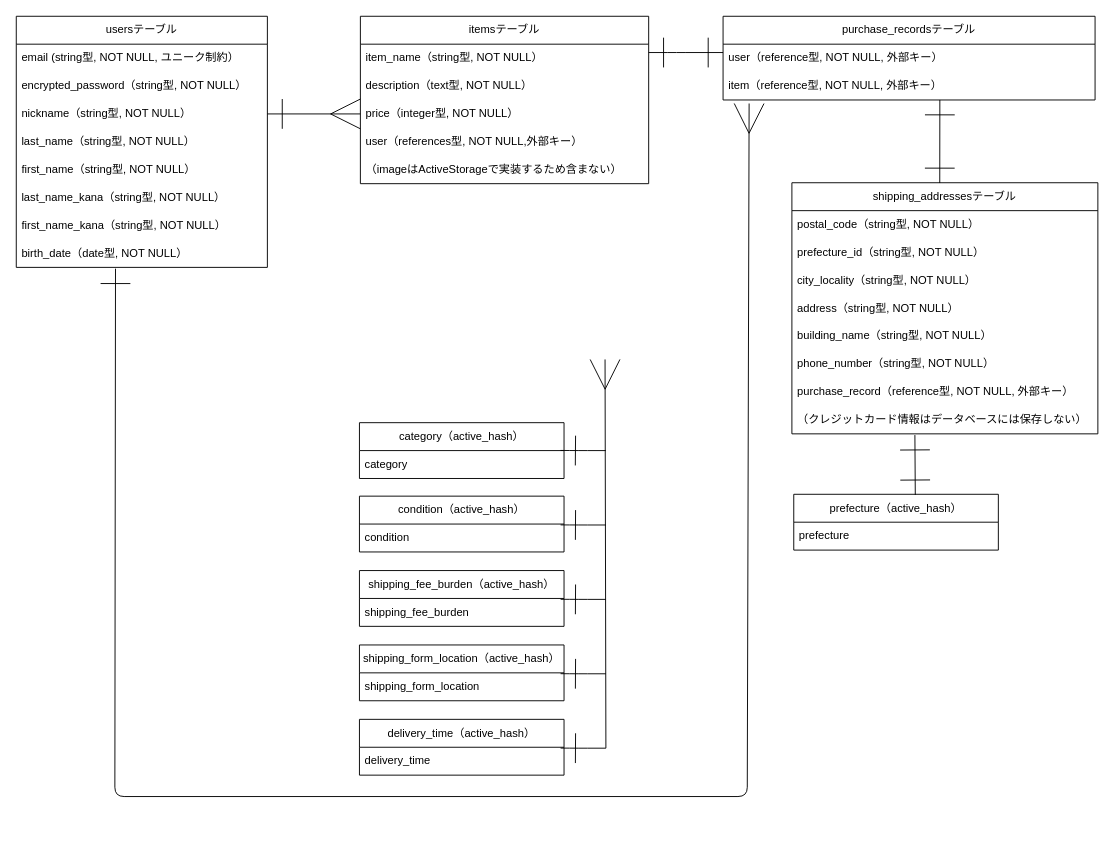
Before: ER.dio in kakinotane77/furima-41868, a draw.io diagram. Source tidied: cells renumbered, new cells numbered last; positions are measured from the earlier drawing's top-left corner, leaving out a move shared by most shapes. Both pictures are drawn from the tidied source at 93%, with x=0, y=0 at pixel (16, 16).
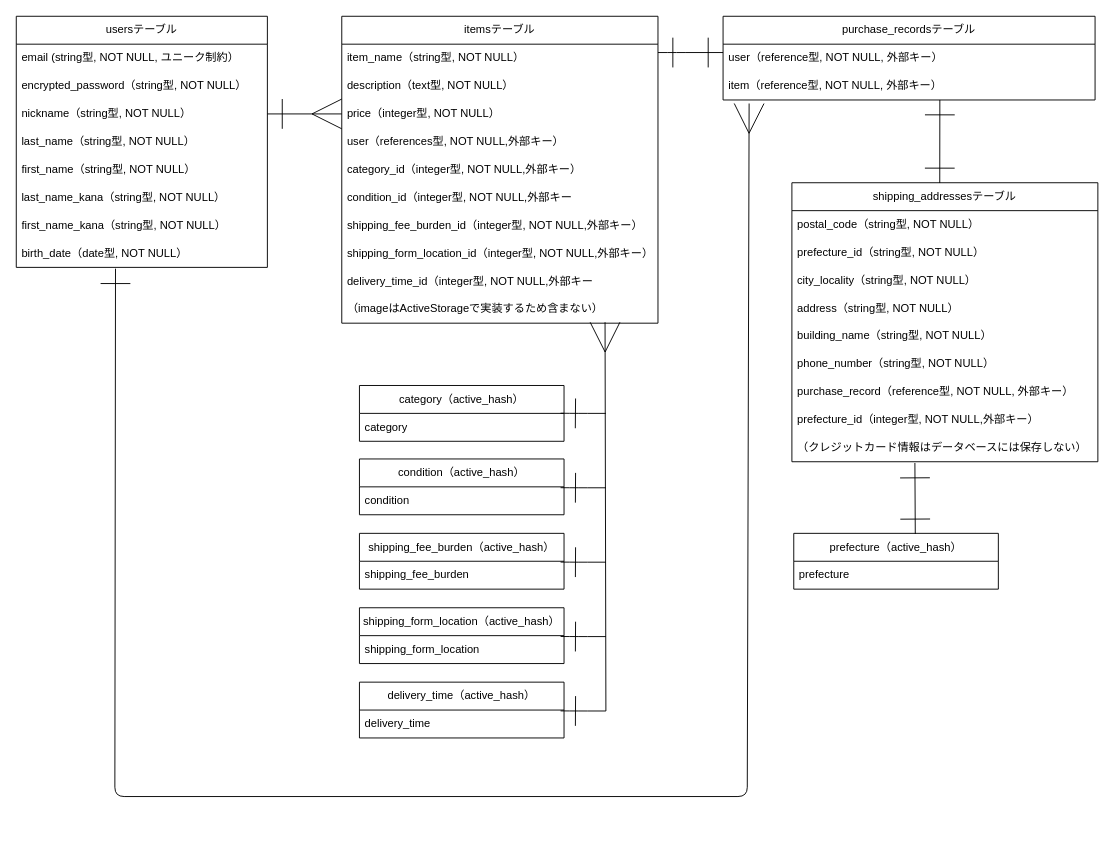
Above is the later version.

Commit message:
データベース設計（修正3、ER図)#3

Unchanged cells that the change refers to:
```xml
<mxCell id="5" value="nickname（string型, NOT NULL）" style="text;strokeColor=none;fillColor=none;align=left;verticalAlign=middle;spacingLeft=4;spacingRight=4;overflow=hidden;points=[[0,0.5],[1,0.5]];portConstraint=eastwest;whiteSpace=wrap;html=1;" parent="2" vertex="1">
  <mxGeometry y="90" width="270" height="30" as="geometry" />
</mxCell>
<mxCell id="23" value="category" style="text;strokeColor=none;fillColor=none;align=left;verticalAlign=middle;spacingLeft=4;spacingRight=4;overflow=hidden;points=[[0,0.5],[1,0.5]];portConstraint=eastwest;whiteSpace=wrap;html=1;" parent="22" vertex="1">
  <mxGeometry y="30" width="220" height="30" as="geometry" />
</mxCell>
```

Diff of the diagram source:
```diff
@@
     <mxCell id="11" value="itemsテーブル" style="swimlane;fontStyle=0;horizontal=1;startSize=30;whiteSpace=wrap;html=1;" parent="1" vertex="1">
-      <mxGeometry x="370" width="310" height="180" as="geometry" />
+      <mxGeometry x="350" width="340" height="330" as="geometry" />
     </mxCell>
     <mxCell id="12" value="item_name（string型, NOT NULL）" style="text;strokeColor=none;fillColor=none;align=left;verticalAlign=middle;spacingLeft=4;spacingRight=4;overflow=hidden;whiteSpace=wrap;html=1;" parent="11" vertex="1">
-      <mxGeometry y="30" width="310" height="30" as="geometry" />
+      <mxGeometry y="30" width="340" height="30" as="geometry" />
     </mxCell>
     <mxCell id="13" value="description（text型, NOT NULL）" style="text;strokeColor=none;fillColor=none;align=left;verticalAlign=middle;spacingLeft=4;spacingRight=4;overflow=hidden;whiteSpace=wrap;html=1;" parent="11" vertex="1">
-      <mxGeometry y="60" width="310" height="30" as="geometry" />
+      <mxGeometry y="60" width="340" height="30" as="geometry" />
     </mxCell>
     <mxCell id="14" value="price（integer型, NOT NULL）" style="text;strokeColor=none;fillColor=none;align=left;verticalAlign=middle;spacingLeft=4;spacingRight=4;overflow=hidden;whiteSpace=wrap;html=1;" parent="11" vertex="1">
-      <mxGeometry y="90" width="310" height="30" as="geometry" />
+      <mxGeometry y="90" width="340" height="30" as="geometry" />
     </mxCell>
     <mxCell id="15" value="user（references型, NOT NULL,外部キー）" style="text;strokeColor=none;fillColor=none;align=left;verticalAlign=middle;spacingLeft=4;spacingRight=4;overflow=hidden;whiteSpace=wrap;html=1;" parent="11" vertex="1">
-      <mxGeometry y="120" width="310" height="30" as="geometry" />
+      <mxGeometry y="120" width="340" height="30" as="geometry" />
     </mxCell>
+    <mxCell id="52" value="category_id（integer型, NOT NULL,外部キー）" style="text;strokeColor=none;fillColor=none;align=left;verticalAlign=middle;spacingLeft=4;spacingRight=4;overflow=hidden;whiteSpace=wrap;html=1;" parent="11" vertex="1">
+      <mxGeometry y="150" width="340" height="30" as="geometry" />
+    </mxCell>
+    <mxCell id="53" value="condition_id（integer型, NOT NULL,外部キー" style="text;strokeColor=none;fillColor=none;align=left;verticalAlign=middle;spacingLeft=4;spacingRight=4;overflow=hidden;whiteSpace=wrap;html=1;" parent="11" vertex="1">
+      <mxGeometry y="180" width="340" height="30" as="geometry" />
+    </mxCell>
+    <mxCell id="54" value="shipping_fee_burden_id（integer型, NOT NULL,外部キー）" style="text;strokeColor=none;fillColor=none;align=left;verticalAlign=middle;spacingLeft=4;spacingRight=4;overflow=hidden;whiteSpace=wrap;html=1;" parent="11" vertex="1">
+      <mxGeometry y="210" width="340" height="30" as="geometry" />
+    </mxCell>
+    <mxCell id="55" value="shipping_form_location_id（integer型, NOT NULL,外部キー）" style="text;strokeColor=none;fillColor=none;align=left;verticalAlign=middle;spacingLeft=4;spacingRight=4;overflow=hidden;whiteSpace=wrap;html=1;" parent="11" vertex="1">
+      <mxGeometry y="240" width="340" height="30" as="geometry" />
+    </mxCell>
+    <mxCell id="56" value="delivery_time_id（integer型, NOT NULL,外部キー" style="text;strokeColor=none;fillColor=none;align=left;verticalAlign=middle;spacingLeft=4;spacingRight=4;overflow=hidden;whiteSpace=wrap;html=1;" parent="11" vertex="1">
+      <mxGeometry y="270" width="340" height="30" as="geometry" />
+    </mxCell>
     <mxCell id="16" value="（imageはActiveStorageで実装するため含まない）" style="text;strokeColor=none;fillColor=none;align=left;verticalAlign=middle;spacingLeft=4;spacingRight=4;overflow=hidden;whiteSpace=wrap;html=1;" parent="11" vertex="1">
-      <mxGeometry y="150" width="310" height="30" as="geometry" />
+      <mxGeometry y="300" width="340" height="30" as="geometry" />
     </mxCell>
     <mxCell id="17" style="edgeStyle=none;html=1;exitX=1;exitY=0.5;exitDx=0;exitDy=0;endArrow=ERmany;endFill=0;endSize=30;startArrow=ERone;startFill=0;startSize=30;" parent="1" edge="1" source="5">
       <mxGeometry relative="1" as="geometry">
-        <mxPoint x="370" y="105" as="targetPoint" />
+        <mxPoint x="350" y="105" as="targetPoint" />
       </mxGeometry>
     </mxCell>
@@
-    <mxCell id="21" style="edgeStyle=none;html=1;endArrow=ERone;endFill=0;endSize=30;startArrow=ERone;startFill=0;startSize=30;entryX=1;entryY=0;entryDx=0;entryDy=0;entryPerimeter=0;" parent="1" edge="1">
+    <mxCell id="21" style="edgeStyle=none;html=1;endArrow=ERone;endFill=0;endSize=30;startArrow=ERone;startFill=0;startSize=30;" parent="1" edge="1">
       <mxGeometry relative="1" as="geometry">
         <mxPoint x="760" y="39" as="sourcePoint" />
-        <mxPoint x="680" y="39" as="targetPoint" />
+        <mxPoint x="690" y="39" as="targetPoint" />
         <Array as="points">
           <mxPoint x="760" y="39" />
           <mxPoint x="710" y="39" />
         </Array>
       </mxGeometry>
     </mxCell>
     <mxCell id="22" value="&lt;span style=&quot;text-align: left;&quot;&gt;category（active_hash）&lt;/span&gt;" style="swimlane;fontStyle=0;horizontal=1;startSize=30;whiteSpace=wrap;html=1;" parent="1" vertex="1">
-      <mxGeometry x="369" y="437" width="220" height="60" as="geometry" />
+      <mxGeometry x="369" y="397" width="220" height="60" as="geometry" />
     </mxCell>
@@
     <mxCell id="24" value="&lt;span style=&quot;text-align: left;&quot;&gt;condition&lt;/span&gt;&lt;span style=&quot;text-align: left;&quot;&gt;（active_hash）&lt;/span&gt;" style="swimlane;fontStyle=0;horizontal=1;startSize=30;whiteSpace=wrap;html=1;" parent="1" vertex="1">
-      <mxGeometry x="369" y="516" width="220" height="60" as="geometry" />
+      <mxGeometry x="369" y="476" width="220" height="60" as="geometry" />
     </mxCell>
@@
     <mxCell id="26" value="&lt;span style=&quot;text-align: left;&quot;&gt;shipping_fee_burden&lt;/span&gt;&lt;span style=&quot;text-align: left;&quot;&gt;（active_hash）&lt;/span&gt;" style="swimlane;fontStyle=0;horizontal=1;startSize=30;whiteSpace=wrap;html=1;" parent="1" vertex="1">
-      <mxGeometry x="369" y="596" width="220" height="60" as="geometry" />
+      <mxGeometry x="369" y="556" width="220" height="60" as="geometry" />
     </mxCell>
@@
     <mxCell id="28" value="&lt;span style=&quot;text-align: left;&quot;&gt;shipping_form_location&lt;/span&gt;&lt;span style=&quot;text-align: left;&quot;&gt;（active_hash）&lt;/span&gt;" style="swimlane;fontStyle=0;horizontal=1;startSize=30;whiteSpace=wrap;html=1;" parent="1" vertex="1">
-      <mxGeometry x="369" y="676" width="220" height="60" as="geometry" />
+      <mxGeometry x="369" y="636" width="220" height="60" as="geometry" />
     </mxCell>
@@
     <mxCell id="30" value="&lt;span style=&quot;text-align: left;&quot;&gt;delivery_time&lt;/span&gt;&lt;span style=&quot;text-align: left;&quot;&gt;（active_hash）&lt;/span&gt;" style="swimlane;fontStyle=0;horizontal=1;startSize=30;whiteSpace=wrap;html=1;" parent="1" vertex="1">
-      <mxGeometry x="369" y="756" width="220" height="60" as="geometry" />
+      <mxGeometry x="369" y="716" width="220" height="60" as="geometry" />
     </mxCell>
@@
     <mxCell id="32" style="endArrow=ERmany;html=1;startSize=30;endSize=30;entryX=0.894;entryY=1.1;entryDx=0;entryDy=0;entryPerimeter=0;endFill=0;" parent="1" edge="1">
       <mxGeometry relative="1" as="geometry">
-        <mxPoint x="634" y="787" as="sourcePoint" />
-        <mxPoint x="633.1" y="369" as="targetPoint" />
+        <mxPoint x="634" y="747" as="sourcePoint" />
+        <mxPoint x="633.1" y="329" as="targetPoint" />
       </mxGeometry>
     </mxCell>
     <mxCell id="33" style="endArrow=none;html=1;startSize=30;endSize=30;exitX=0.983;exitY=-0.005;exitDx=0;exitDy=0;exitPerimeter=0;startArrow=ERone;startFill=0;" parent="1" edge="1" source="23">
       <mxGeometry relative="1" as="geometry">
-        <mxPoint x="634" y="467" as="targetPoint" />
+        <mxPoint x="634" y="427" as="targetPoint" />
         <Array as="points">
-          <mxPoint x="604" y="467" />
+          <mxPoint x="604" y="427" />
         </Array>
       </mxGeometry>
     </mxCell>
     <mxCell id="34" style="endArrow=none;html=1;startSize=30;endSize=30;exitX=0.983;exitY=-0.005;exitDx=0;exitDy=0;exitPerimeter=0;startArrow=ERone;startFill=0;" parent="1" edge="1">
       <mxGeometry relative="1" as="geometry">
-        <mxPoint x="585.3" y="546.9" as="sourcePoint" />
-        <mxPoint x="634" y="547" as="targetPoint" />
+        <mxPoint x="585.3" y="506.9" as="sourcePoint" />
+        <mxPoint x="634" y="507" as="targetPoint" />
         <Array as="points">
-          <mxPoint x="604" y="547" />
+          <mxPoint x="604" y="507" />
         </Array>
       </mxGeometry>
     </mxCell>
     <mxCell id="35" style="endArrow=none;html=1;startSize=30;endSize=30;exitX=0.983;exitY=-0.005;exitDx=0;exitDy=0;exitPerimeter=0;startArrow=ERone;startFill=0;" parent="1" edge="1">
       <mxGeometry relative="1" as="geometry">
-        <mxPoint x="585.3" y="626.9" as="sourcePoint" />
-        <mxPoint x="634" y="627" as="targetPoint" />
+        <mxPoint x="585.3" y="586.9" as="sourcePoint" />
+        <mxPoint x="634" y="587" as="targetPoint" />
         <Array as="points">
-          <mxPoint x="604" y="627" />
+          <mxPoint x="604" y="587" />
         </Array>
       </mxGeometry>
     </mxCell>
     <mxCell id="36" style="endArrow=none;html=1;startSize=30;endSize=30;exitX=0.983;exitY=-0.005;exitDx=0;exitDy=0;exitPerimeter=0;startArrow=ERone;startFill=0;" parent="1" edge="1">
       <mxGeometry relative="1" as="geometry">
-        <mxPoint x="585.3" y="706.9" as="sourcePoint" />
-        <mxPoint x="634" y="707" as="targetPoint" />
+        <mxPoint x="585.3" y="666.9" as="sourcePoint" />
+        <mxPoint x="634" y="667" as="targetPoint" />
         <Array as="points">
-          <mxPoint x="604" y="707" />
+          <mxPoint x="604" y="667" />
         </Array>
       </mxGeometry>
     </mxCell>
     <mxCell id="37" style="endArrow=none;html=1;startSize=30;endSize=30;exitX=0.983;exitY=-0.005;exitDx=0;exitDy=0;exitPerimeter=0;startArrow=ERone;startFill=0;" parent="1" edge="1">
       <mxGeometry relative="1" as="geometry">
-        <mxPoint x="585.3" y="786.9" as="sourcePoint" />
-        <mxPoint x="634" y="787" as="targetPoint" />
+        <mxPoint x="585.3" y="746.9" as="sourcePoint" />
+        <mxPoint x="634" y="747" as="targetPoint" />
         <Array as="points">
-          <mxPoint x="604" y="787" />
+          <mxPoint x="604" y="747" />
         </Array>
       </mxGeometry>
     </mxCell>
     <mxCell id="38" value="shipping_addressesテーブル" style="swimlane;fontStyle=0;horizontal=1;startSize=30;whiteSpace=wrap;html=1;" parent="1" vertex="1">
-      <mxGeometry x="834" y="179" width="329" height="270" as="geometry" />
+      <mxGeometry x="834" y="179" width="329" height="300" as="geometry" />
     </mxCell>
@@
+    <mxCell id="57" value="prefecture_id（integer型, NOT NULL,外部キー）" style="text;strokeColor=none;fillColor=none;align=left;verticalAlign=middle;spacingLeft=4;spacingRight=4;overflow=hidden;whiteSpace=wrap;html=1;" parent="38" vertex="1">
+      <mxGeometry y="240" width="329" height="30" as="geometry" />
+    </mxCell>
     <mxCell id="46" value="（クレジットカード情報はデータベースには保存しない）" style="text;strokeColor=none;fillColor=none;align=left;verticalAlign=middle;spacingLeft=4;spacingRight=4;overflow=hidden;points=[[0,0.5],[1,0.5]];portConstraint=eastwest;whiteSpace=wrap;html=1;" parent="38" vertex="1">
-      <mxGeometry y="240" width="329" height="30" as="geometry" />
+      <mxGeometry y="270" width="329" height="30" as="geometry" />
     </mxCell>
     <mxCell id="47" value="&lt;span style=&quot;text-align: left;&quot;&gt;prefecture&lt;/span&gt;&lt;span style=&quot;text-align: left;&quot;&gt;（active_hash）&lt;/span&gt;" style="swimlane;fontStyle=0;horizontal=1;startSize=30;whiteSpace=wrap;html=1;" parent="1" vertex="1">
-      <mxGeometry x="836" y="514" width="220" height="60" as="geometry" />
+      <mxGeometry x="836" y="556" width="220" height="60" as="geometry" />
     </mxCell>
```
